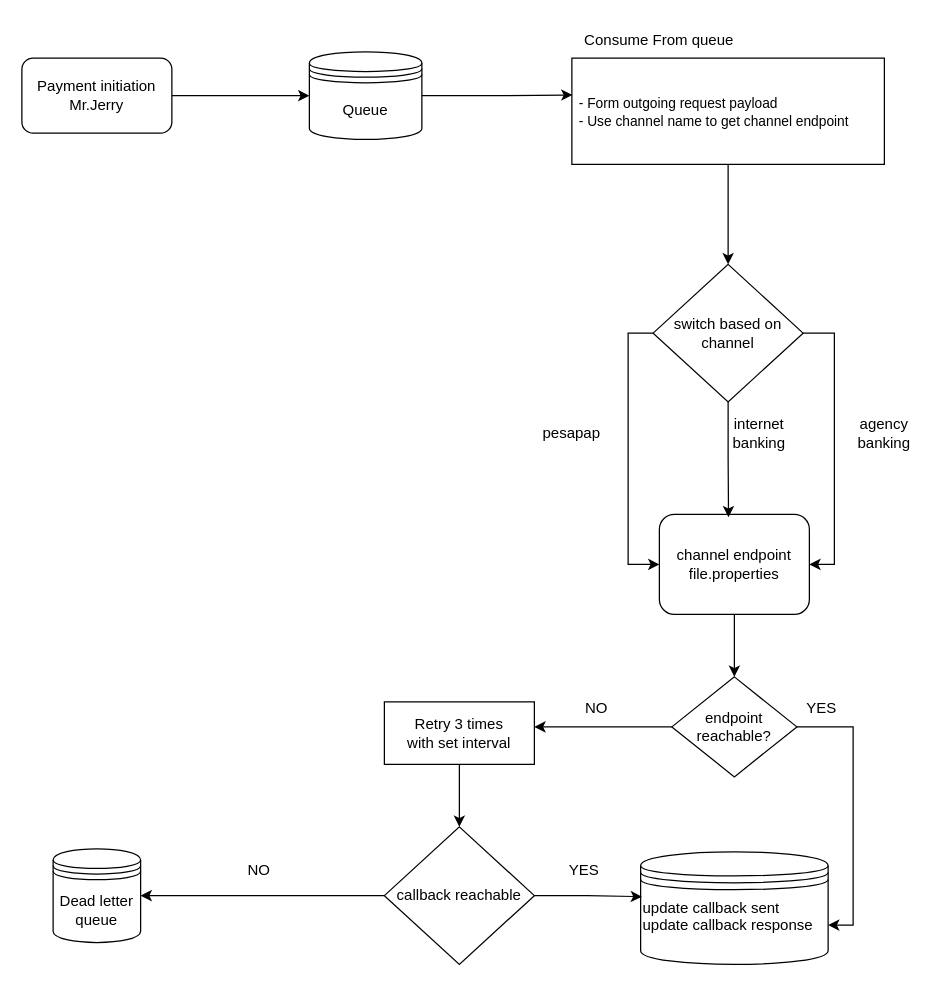
This is page "Page-4" (2 of 3) of Untitled Diagram.drawio from evankahenya/portfolio, a draw.io file, before an edit. Source tidied: cells renumbered, new cells numbered last; positions are measured from the earlier drawing's top-left corner, leaving out a move shared by most shapes. Both pictures are drawn from the tidied source at 125%, with x=0, y=0 at pixel (21, 21).
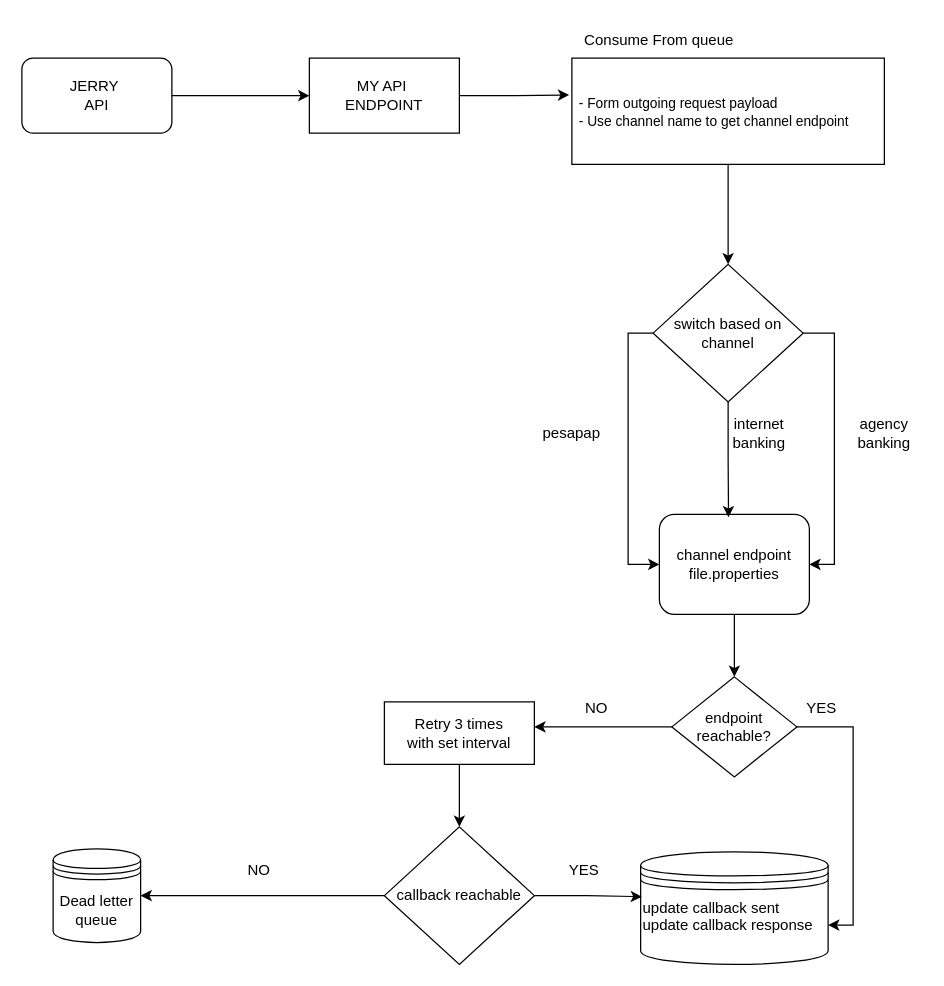
The same diagram, later.

The change refers to these unchanged cells:
```xml
<mxCell id="8" value="&lt;br&gt;&lt;div&gt;&lt;span style=&quot;font-size: 11px;&quot;&gt;- Form outgoing request payload&lt;/span&gt;&lt;/div&gt;&lt;div&gt;&lt;span style=&quot;font-size: 11px;&quot;&gt;- Use channel name to get channel endpoint&lt;br&gt;&lt;/span&gt;&lt;div&gt;&lt;br&gt;&lt;/div&gt;&lt;/div&gt;" style="text;strokeColor=none;fillColor=none;align=left;verticalAlign=middle;spacingLeft=4;spacingRight=4;overflow=hidden;points=[[0,0.5],[1,0.5]];portConstraint=eastwest;whiteSpace=wrap;html=1;" parent="6" vertex="1">
  <mxGeometry y="7.5" width="240" height="70" as="geometry" />
</mxCell>
```

Change to the diagram source:
```diff
@@
-    <mxCell id="2" style="edgeStyle=orthogonalEdgeStyle;rounded=0;jettySize=auto;html=1;exitX=1;exitY=0.5;exitDx=0;exitDy=0;entryX=0;entryY=0.5;entryDx=0;entryDy=0;" parent="1" edge="1" source="3" target="4">
-      <mxGeometry relative="1" as="geometry" />
+    <mxCell id="2" style="edgeStyle=orthogonalEdgeStyle;rounded=0;jettySize=auto;html=1;exitX=1;exitY=0.5;exitDx=0;exitDy=0;entryX=0;entryY=0.5;entryDx=0;entryDy=0;" parent="1" edge="1" source="3">
+      <mxGeometry relative="1" as="geometry">
+        <mxPoint x="230" y="59" as="targetPoint" />
+      </mxGeometry>
     </mxCell>
-    <mxCell id="3" value="Payment initiation&lt;div&gt;Mr.Jerry&lt;/div&gt;" style="rounded=1;whiteSpace=wrap;html=1;" parent="1" vertex="1">
+    <mxCell id="3" value="JERRY&amp;nbsp;&lt;div&gt;API&lt;/div&gt;" style="rounded=1;whiteSpace=wrap;html=1;" parent="1" vertex="1">
       <mxGeometry y="29" width="120" height="60" as="geometry" />
     </mxCell>
-    <mxCell id="4" value="Queue" style="shape=datastore;whiteSpace=wrap;html=1;" parent="1" vertex="1">
-      <mxGeometry x="230" y="24" width="90" height="70" as="geometry" />
-    </mxCell>
@@
-    <mxCell id="26" style="edgeStyle=orthogonalEdgeStyle;rounded=0;jettySize=auto;html=1;exitX=1;exitY=0.5;exitDx=0;exitDy=0;entryX=0.002;entryY=0.314;entryDx=0;entryDy=0;entryPerimeter=0;" parent="1" edge="1" source="4" target="8">
-      <mxGeometry relative="1" as="geometry" />
-    </mxCell>
@@
+    <mxCell id="34" value="MY API&amp;nbsp;&lt;div&gt;ENDPOINT&lt;/div&gt;" style="rounded=0;whiteSpace=wrap;html=1;" parent="1" vertex="1">
+      <mxGeometry x="230" y="29" width="120" height="60" as="geometry" />
+    </mxCell>
+    <mxCell id="35" style="edgeStyle=orthogonalEdgeStyle;rounded=0;jettySize=auto;html=1;entryX=-0.009;entryY=0.314;entryDx=0;entryDy=0;entryPerimeter=0;" parent="1" edge="1" source="34" target="8">
+      <mxGeometry relative="1" as="geometry" />
+    </mxCell>
```
